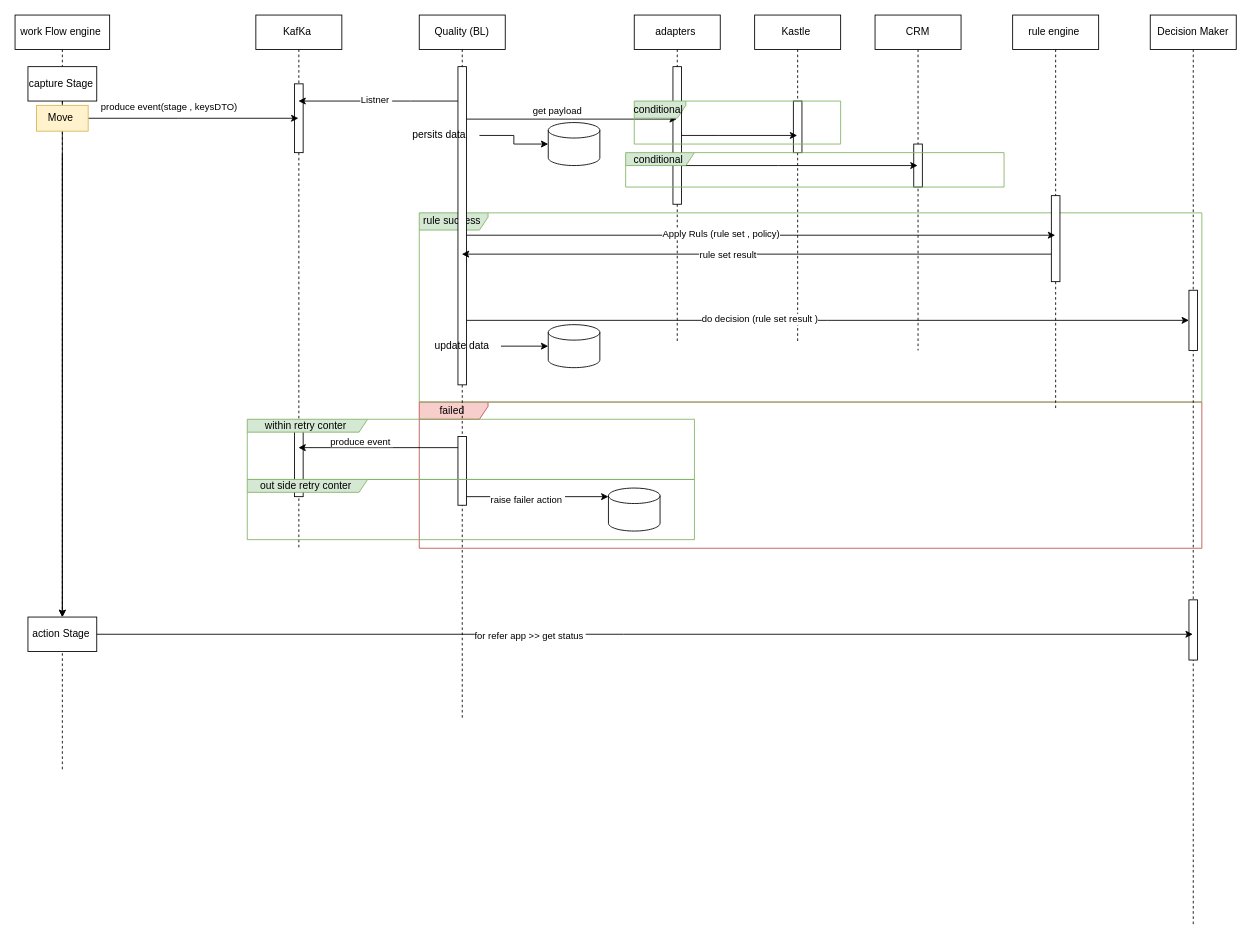
MHosnii/DrawIo keeps this draw.io diagram as page "seq" (9 of 9) of decision.drawio. Above is the earlier version. Source tidied: cells renumbered, new cells numbered last; positions are measured from the earlier drawing's top-left corner, leaving out a move shared by most shapes. Both pictures are drawn from the tidied source at 86%, with x=0, y=0 at pixel (15, 15).
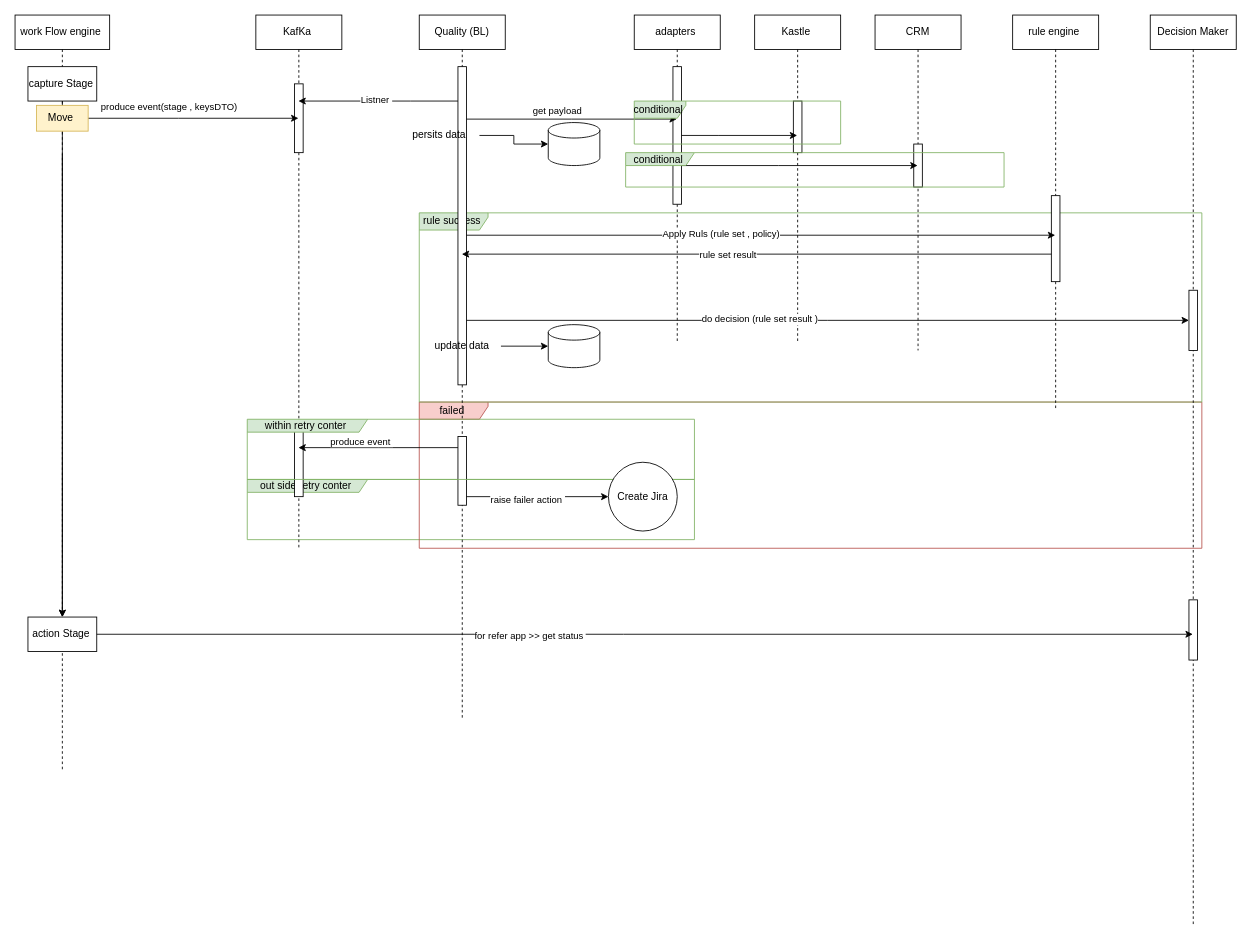
Above is the later version.

The change refers to these unchanged cells:
```xml
<mxCell id="13" style="html=1;points=[];perimeter=orthogonalPerimeter;outlineConnect=0;targetShapes=umlLifeline;portConstraint=eastwest;newEdgeStyle={&quot;edgeStyle&quot;:&quot;elbowEdgeStyle&quot;,&quot;elbow&quot;:&quot;vertical&quot;,&quot;curved&quot;:0,&quot;rounded&quot;:0};" parent="11" vertex="1">
  <mxGeometry x="45" y="490" width="10" height="80" as="geometry" />
</mxCell>
```

Diff of the diagram source:
```diff
@@
+    <mxCell id="56" value="out side retry conter&amp;nbsp;" style="shape=umlFrame;whiteSpace=wrap;html=1;width=140;height=15;fillColor=#d5e8d4;strokeColor=#82b366;" parent="1" vertex="1">
+      <mxGeometry x="270" y="540" width="520" height="70" as="geometry" />
+    </mxCell>
@@
-    <mxCell id="53" style="edgeStyle=elbowEdgeStyle;rounded=0;jettySize=auto;html=1;elbow=vertical;curved=0;" parent="1" edge="1" source="13" target="55">
-      <mxGeometry relative="1" as="geometry" />
+    <mxCell id="53" style="edgeStyle=elbowEdgeStyle;rounded=0;jettySize=auto;html=1;elbow=vertical;curved=0;" parent="1" edge="1" source="13">
+      <mxGeometry relative="1" as="geometry">
+        <mxPoint x="690" y="560" as="targetPoint" />
+      </mxGeometry>
     </mxCell>
@@
-    <mxCell id="55" style="shape=cylinder3;whiteSpace=wrap;html=1;boundedLbl=1;backgroundOutline=1;size=9;" parent="1" vertex="1">
-      <mxGeometry x="690" y="550" width="60" height="50" as="geometry" />
-    </mxCell>
-    <mxCell id="56" value="out side retry conter&amp;nbsp;" style="shape=umlFrame;whiteSpace=wrap;html=1;width=140;height=15;fillColor=#d5e8d4;strokeColor=#82b366;" parent="1" vertex="1">
-      <mxGeometry x="270" y="540" width="520" height="70" as="geometry" />
-    </mxCell>
@@
+    <mxCell id="59" value="Create Jira" style="ellipse;whiteSpace=wrap;html=1;" parent="1" vertex="1">
+      <mxGeometry x="690" y="520" width="80" height="80" as="geometry" />
+    </mxCell>
```
